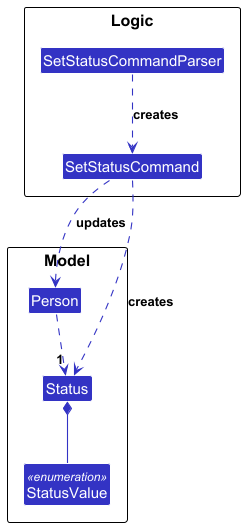
pohanson/tp keeps this PlantUML diagram as docs/images/StatusCommandClassDiagram.png. Above is the earlier version. The source it was exported from:
```plantuml
@startuml
!include style.puml
skinparam arrowThickness 1.1
skinparam arrowColor LOGIC_COLOR
skinparam classBackgroundColor LOGIC_COLOR

package Logic {
    class SetStatusCommand
    class SetStatusCommandParser
}

package Model {
    class Person
    class Status
    enum StatusValue <<enumeration>>
}

Person ..> "1" Status
Status *-- StatusValue

SetStatusCommandParser ..> SetStatusCommand : creates
SetStatusCommand ..> Person : updates
SetStatusCommand ..> Status : creates
@enduml
```
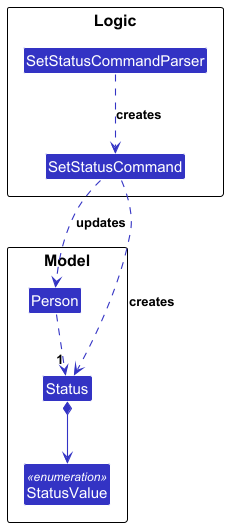
Above is the later version.

Diff of the diagram source:
```diff
@@ -16,7 +16,7 @@
 }
 
 Person ..> "1" Status
-Status *-- StatusValue
+Status *--> StatusValue
 
 SetStatusCommandParser ..> SetStatusCommand : creates
 SetStatusCommand ..> Person : updates
```
